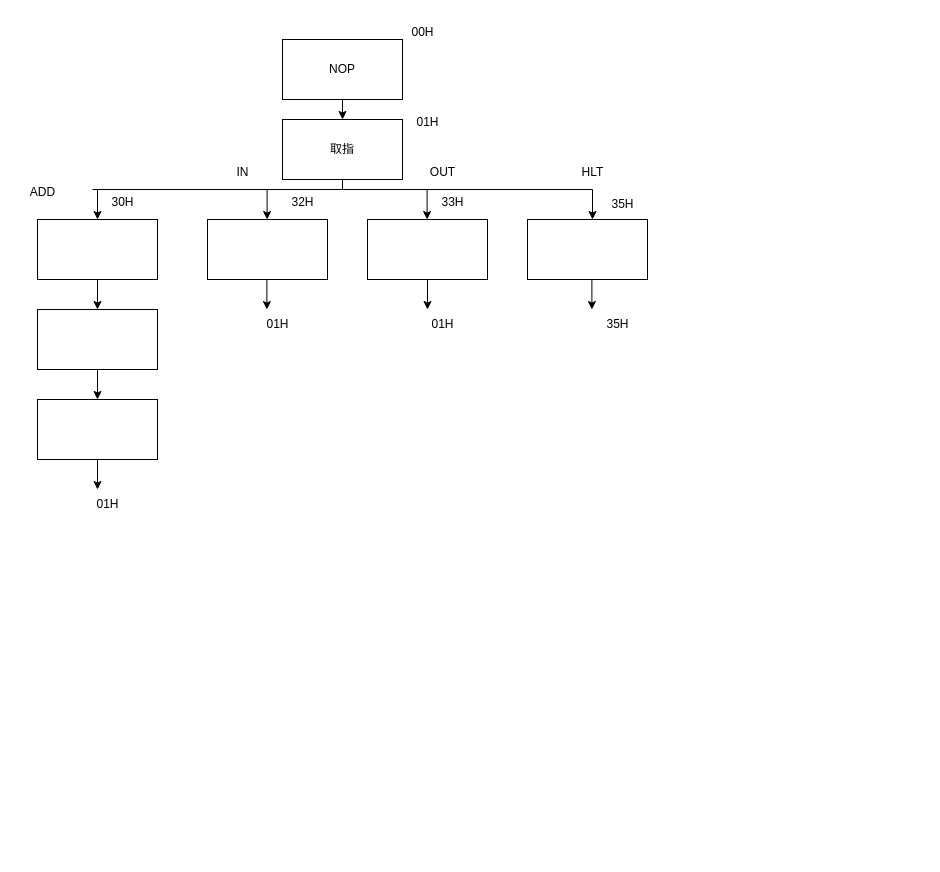
The draw.io diagram page "第 2 页" (2 of 2) of 作业1      系统流程图.drawio in SET025187/EXERCISE001, before the edit. Source tidied: cells renumbered, new cells numbered last; positions are measured from the earlier drawing's top-left corner, leaving out a move shared by most shapes. Both pictures are drawn from the tidied source at 100%, with x=0, y=0 at pixel (17, 17).
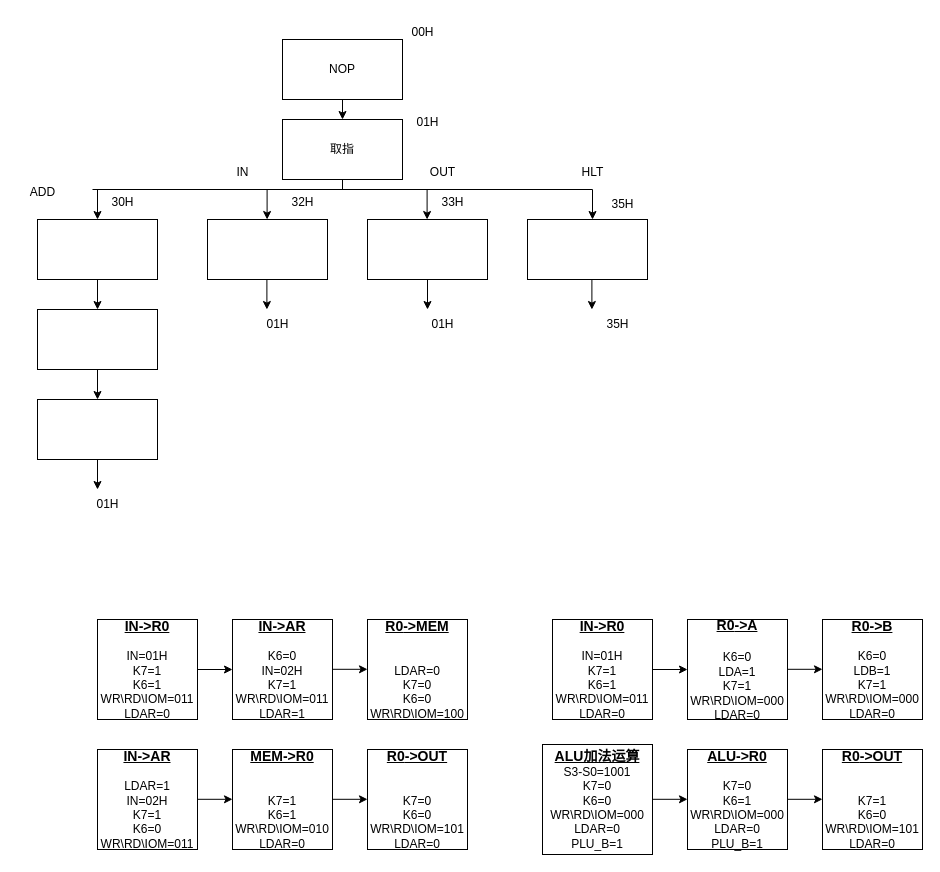
Above is the later version.

Commit message:
更新作业1      系统流程图.drawio

Diff of the diagram source:
```diff
@@
+    <mxCell id="37" value="&lt;div style=&quot;&quot;&gt;&lt;font style=&quot;font-size: 14px;&quot;&gt;&lt;b style=&quot;&quot;&gt;&lt;u&gt;IN-&amp;gt;R0&lt;/u&gt;&lt;/b&gt;&lt;/font&gt;&lt;/div&gt;&lt;div style=&quot;&quot;&gt;&lt;font style=&quot;font-size: 12px;&quot;&gt;&lt;b&gt;&lt;br&gt;&lt;/b&gt;&lt;/font&gt;&lt;/div&gt;&lt;font style=&quot;font-size: 12px;&quot;&gt;&lt;div style=&quot;&quot;&gt;&lt;span style=&quot;background-color: initial;&quot;&gt;IN=01H&lt;/span&gt;&lt;/div&gt;&lt;/font&gt;&lt;div style=&quot;&quot;&gt;&lt;font style=&quot;font-size: 12px;&quot;&gt;K7=1&lt;/font&gt;&lt;/div&gt;&lt;div style=&quot;&quot;&gt;&lt;font style=&quot;font-size: 12px;&quot;&gt;&lt;span style=&quot;background-color: initial;&quot;&gt;K6=1&lt;/span&gt;&lt;br&gt;&lt;/font&gt;&lt;/div&gt;&lt;div&gt;&lt;div style=&quot;&quot;&gt;&lt;span style=&quot;background-color: initial;&quot;&gt;WR\RD\IOM=011&lt;/span&gt;&lt;/div&gt;&lt;font style=&quot;font-size: 12px;&quot;&gt;&lt;div style=&quot;&quot;&gt;&lt;span style=&quot;background-color: initial;&quot;&gt;LDAR=0&lt;/span&gt;&lt;/div&gt;&lt;/font&gt;&lt;/div&gt;" style="whiteSpace=wrap;html=1;align=center;" parent="1" vertex="1">
+      <mxGeometry x="80" y="602" width="100" height="100" as="geometry" />
+    </mxCell>
+    <mxCell id="38" value="&lt;div style=&quot;&quot;&gt;&lt;font style=&quot;font-size: 14px;&quot;&gt;&lt;b style=&quot;&quot;&gt;&lt;u&gt;IN-&amp;gt;AR&lt;/u&gt;&lt;/b&gt;&lt;/font&gt;&lt;/div&gt;&lt;div style=&quot;&quot;&gt;&lt;font style=&quot;font-size: 12px;&quot;&gt;&lt;br&gt;&lt;/font&gt;&lt;/div&gt;&lt;div style=&quot;&quot;&gt;&lt;font style=&quot;font-size: 12px;&quot;&gt;K6=0&lt;b&gt;&lt;br&gt;&lt;/b&gt;&lt;/font&gt;&lt;/div&gt;&lt;font style=&quot;font-size: 12px;&quot;&gt;&lt;div style=&quot;&quot;&gt;&lt;span style=&quot;background-color: initial;&quot;&gt;IN=02H&lt;/span&gt;&lt;/div&gt;&lt;/font&gt;&lt;div style=&quot;&quot;&gt;&lt;font style=&quot;font-size: 12px;&quot;&gt;K7=1&lt;/font&gt;&lt;/div&gt;&lt;div&gt;&lt;div style=&quot;&quot;&gt;&lt;span style=&quot;background-color: initial;&quot;&gt;WR\RD\IOM=011&lt;/span&gt;&lt;/div&gt;&lt;font style=&quot;font-size: 12px;&quot;&gt;&lt;div style=&quot;&quot;&gt;&lt;span style=&quot;background-color: initial;&quot;&gt;LDAR=1&lt;/span&gt;&lt;/div&gt;&lt;/font&gt;&lt;/div&gt;" style="whiteSpace=wrap;html=1;align=center;" parent="1" vertex="1">
+      <mxGeometry x="215" y="602" width="100" height="100" as="geometry" />
+    </mxCell>
+    <mxCell id="39" value="&lt;div style=&quot;&quot;&gt;&lt;font style=&quot;font-size: 14px;&quot;&gt;&lt;b style=&quot;background-color: initial;&quot;&gt;&lt;u&gt;R0&lt;/u&gt;&lt;/b&gt;&lt;/font&gt;&lt;b style=&quot;background-color: initial; font-size: 14px;&quot;&gt;&lt;u&gt;-&amp;gt;MEM&lt;/u&gt;&lt;/b&gt;&lt;/div&gt;&lt;div style=&quot;&quot;&gt;&lt;font style=&quot;font-size: 12px;&quot;&gt;&lt;b&gt;&lt;br&gt;&lt;/b&gt;&lt;/font&gt;&lt;/div&gt;&lt;div style=&quot;&quot;&gt;&lt;font style=&quot;font-size: 12px;&quot;&gt;&lt;b&gt;&lt;br&gt;&lt;/b&gt;&lt;/font&gt;&lt;/div&gt;&lt;font style=&quot;font-size: 12px;&quot;&gt;&lt;div style=&quot;&quot;&gt;LDAR=0&lt;br&gt;&lt;/div&gt;&lt;/font&gt;&lt;div style=&quot;&quot;&gt;&lt;font style=&quot;font-size: 12px;&quot;&gt;K7=0&lt;/font&gt;&lt;/div&gt;&lt;div style=&quot;&quot;&gt;&lt;font style=&quot;font-size: 12px;&quot;&gt;&lt;span style=&quot;background-color: initial;&quot;&gt;K6=0&lt;/span&gt;&lt;br&gt;&lt;/font&gt;&lt;/div&gt;&lt;div&gt;&lt;div style=&quot;&quot;&gt;&lt;span style=&quot;background-color: initial;&quot;&gt;WR\RD\IOM=100&lt;/span&gt;&lt;/div&gt;&lt;/div&gt;" style="whiteSpace=wrap;html=1;align=center;" parent="1" vertex="1">
+      <mxGeometry x="350" y="602" width="100" height="100" as="geometry" />
+    </mxCell>
+    <mxCell id="40" value="&lt;div style=&quot;&quot;&gt;&lt;b style=&quot;font-size: 14px; background-color: initial;&quot;&gt;&lt;u&gt;R0&lt;/u&gt;&lt;/b&gt;&lt;b style=&quot;font-size: 14px;&quot;&gt;&lt;u&gt;-&amp;gt;OUT&lt;/u&gt;&lt;/b&gt;&lt;br&gt;&lt;/div&gt;&lt;div style=&quot;&quot;&gt;&lt;font style=&quot;font-size: 12px;&quot;&gt;&lt;b&gt;&lt;br&gt;&lt;/b&gt;&lt;/font&gt;&lt;/div&gt;&lt;font style=&quot;font-size: 12px;&quot;&gt;&lt;div style=&quot;&quot;&gt;&lt;br&gt;&lt;/div&gt;&lt;/font&gt;&lt;div style=&quot;&quot;&gt;&lt;font style=&quot;font-size: 12px;&quot;&gt;K7=0&lt;/font&gt;&lt;/div&gt;&lt;div style=&quot;&quot;&gt;&lt;font style=&quot;font-size: 12px;&quot;&gt;&lt;span style=&quot;background-color: initial;&quot;&gt;K6=0&lt;/span&gt;&lt;br&gt;&lt;/font&gt;&lt;/div&gt;&lt;div&gt;&lt;div style=&quot;&quot;&gt;&lt;span style=&quot;background-color: initial;&quot;&gt;WR\RD\IOM=101&lt;/span&gt;&lt;/div&gt;&lt;font style=&quot;font-size: 12px;&quot;&gt;&lt;div style=&quot;&quot;&gt;&lt;span style=&quot;background-color: initial;&quot;&gt;LDAR=0&lt;/span&gt;&lt;/div&gt;&lt;/font&gt;&lt;/div&gt;" style="whiteSpace=wrap;html=1;align=center;" parent="1" vertex="1">
+      <mxGeometry x="350" y="732" width="100" height="100" as="geometry" />
+    </mxCell>
+    <mxCell id="41" value="&lt;div style=&quot;&quot;&gt;&lt;font style=&quot;font-size: 14px;&quot;&gt;&lt;b style=&quot;&quot;&gt;&lt;u&gt;IN-&amp;gt;AR&lt;/u&gt;&lt;/b&gt;&lt;/font&gt;&lt;/div&gt;&lt;div style=&quot;&quot;&gt;&lt;font style=&quot;font-size: 12px;&quot;&gt;&lt;br&gt;&lt;/font&gt;&lt;/div&gt;&lt;div style=&quot;&quot;&gt;&lt;font style=&quot;font-size: 12px;&quot;&gt;LDAR=1&lt;b&gt;&lt;br&gt;&lt;/b&gt;&lt;/font&gt;&lt;/div&gt;&lt;font style=&quot;font-size: 12px;&quot;&gt;&lt;div style=&quot;&quot;&gt;&lt;span style=&quot;background-color: initial;&quot;&gt;IN=02H&lt;/span&gt;&lt;/div&gt;&lt;/font&gt;&lt;div style=&quot;&quot;&gt;&lt;font style=&quot;font-size: 12px;&quot;&gt;K7=1&lt;/font&gt;&lt;/div&gt;&lt;div style=&quot;&quot;&gt;&lt;font style=&quot;font-size: 12px;&quot;&gt;&lt;span style=&quot;background-color: initial;&quot;&gt;K6=0&lt;/span&gt;&lt;br&gt;&lt;/font&gt;&lt;/div&gt;&lt;div&gt;&lt;div style=&quot;&quot;&gt;&lt;span style=&quot;background-color: initial;&quot;&gt;WR\RD\IOM=011&lt;/span&gt;&lt;/div&gt;&lt;/div&gt;" style="whiteSpace=wrap;html=1;align=center;" parent="1" vertex="1">
+      <mxGeometry x="80" y="732" width="100" height="100" as="geometry" />
+    </mxCell>
+    <mxCell id="42" value="&lt;div style=&quot;&quot;&gt;&lt;font style=&quot;font-size: 14px;&quot;&gt;&lt;b style=&quot;&quot;&gt;&lt;u&gt;MEM-&amp;gt;R0&lt;/u&gt;&lt;/b&gt;&lt;/font&gt;&lt;/div&gt;&lt;div style=&quot;&quot;&gt;&lt;br&gt;&lt;/div&gt;&lt;div style=&quot;&quot;&gt;&lt;br&gt;&lt;/div&gt;&lt;div style=&quot;&quot;&gt;&lt;font style=&quot;font-size: 12px;&quot;&gt;K7=1&lt;/font&gt;&lt;/div&gt;&lt;div style=&quot;&quot;&gt;&lt;font style=&quot;font-size: 12px;&quot;&gt;&lt;span style=&quot;background-color: initial;&quot;&gt;K6=1&lt;/span&gt;&lt;br&gt;&lt;/font&gt;&lt;/div&gt;&lt;div&gt;&lt;div style=&quot;&quot;&gt;&lt;span style=&quot;background-color: initial;&quot;&gt;WR\RD\IOM=010&lt;/span&gt;&lt;/div&gt;&lt;font style=&quot;font-size: 12px;&quot;&gt;&lt;div style=&quot;&quot;&gt;&lt;span style=&quot;background-color: initial;&quot;&gt;LDAR=0&lt;/span&gt;&lt;/div&gt;&lt;/font&gt;&lt;/div&gt;" style="whiteSpace=wrap;html=1;align=center;" parent="1" vertex="1">
+      <mxGeometry x="215" y="732" width="100" height="100" as="geometry" />
+    </mxCell>
+    <mxCell id="43" style="endArrow=classic;html=1;rounded=0;exitX=1;exitY=0.5;exitDx=0;exitDy=0;entryX=0;entryY=0.5;entryDx=0;entryDy=0;" parent="1" edge="1" source="37" target="38">
+      <mxGeometry relative="1" as="geometry" />
+    </mxCell>
+    <mxCell id="44" style="endArrow=classic;html=1;rounded=0;exitX=1;exitY=0.5;exitDx=0;exitDy=0;entryX=0;entryY=0.5;entryDx=0;entryDy=0;" parent="1" edge="1">
+      <mxGeometry relative="1" as="geometry">
+        <mxPoint x="315" y="651.8" as="sourcePoint" />
+        <mxPoint x="350" y="651.8" as="targetPoint" />
+      </mxGeometry>
+    </mxCell>
+    <mxCell id="45" style="endArrow=classic;html=1;rounded=0;exitX=1;exitY=0.5;exitDx=0;exitDy=0;entryX=0;entryY=0.5;entryDx=0;entryDy=0;" parent="1" edge="1">
+      <mxGeometry relative="1" as="geometry">
+        <mxPoint x="180" y="781.8" as="sourcePoint" />
+        <mxPoint x="215" y="781.8" as="targetPoint" />
+      </mxGeometry>
+    </mxCell>
+    <mxCell id="46" style="endArrow=classic;html=1;rounded=0;exitX=1;exitY=0.5;exitDx=0;exitDy=0;entryX=0;entryY=0.5;entryDx=0;entryDy=0;" parent="1" edge="1">
+      <mxGeometry relative="1" as="geometry">
+        <mxPoint x="315" y="781.8" as="sourcePoint" />
+        <mxPoint x="350" y="781.8" as="targetPoint" />
+      </mxGeometry>
+    </mxCell>
+    <mxCell id="47" value="&lt;div style=&quot;&quot;&gt;&lt;font style=&quot;font-size: 14px;&quot;&gt;&lt;b style=&quot;&quot;&gt;&lt;u&gt;IN-&amp;gt;R0&lt;/u&gt;&lt;/b&gt;&lt;/font&gt;&lt;/div&gt;&lt;div style=&quot;&quot;&gt;&lt;font style=&quot;font-size: 12px;&quot;&gt;&lt;b&gt;&lt;br&gt;&lt;/b&gt;&lt;/font&gt;&lt;/div&gt;&lt;font style=&quot;font-size: 12px;&quot;&gt;&lt;div style=&quot;&quot;&gt;&lt;span style=&quot;background-color: initial;&quot;&gt;IN=01H&lt;/span&gt;&lt;/div&gt;&lt;/font&gt;&lt;div style=&quot;&quot;&gt;&lt;font style=&quot;font-size: 12px;&quot;&gt;K7=1&lt;/font&gt;&lt;/div&gt;&lt;div style=&quot;&quot;&gt;&lt;font style=&quot;font-size: 12px;&quot;&gt;&lt;span style=&quot;background-color: initial;&quot;&gt;K6=1&lt;/span&gt;&lt;br&gt;&lt;/font&gt;&lt;/div&gt;&lt;div&gt;&lt;div style=&quot;&quot;&gt;&lt;span style=&quot;background-color: initial;&quot;&gt;WR\RD\IOM=011&lt;/span&gt;&lt;/div&gt;&lt;font style=&quot;font-size: 12px;&quot;&gt;&lt;div style=&quot;&quot;&gt;&lt;span style=&quot;background-color: initial;&quot;&gt;LDAR=0&lt;/span&gt;&lt;/div&gt;&lt;/font&gt;&lt;/div&gt;" style="whiteSpace=wrap;html=1;align=center;" parent="1" vertex="1">
+      <mxGeometry x="535" y="602" width="100" height="100" as="geometry" />
+    </mxCell>
+    <mxCell id="48" value="&lt;div&gt;&lt;font style=&quot;font-size: 14px;&quot;&gt;&lt;b&gt;&lt;u&gt;R0&lt;/u&gt;&lt;/b&gt;&lt;/font&gt;&lt;font style=&quot;background-color: initial; font-size: 14px;&quot;&gt;&lt;b&gt;&lt;u&gt;-&amp;gt;A&lt;/u&gt;&lt;/b&gt;&lt;/font&gt;&lt;/div&gt;&lt;div&gt;&lt;b style=&quot;background-color: initial; font-size: 14px;&quot;&gt;&lt;u&gt;&lt;br&gt;&lt;/u&gt;&lt;/b&gt;&lt;/div&gt;&lt;div style=&quot;&quot;&gt;&lt;font style=&quot;font-size: 12px;&quot;&gt;K6=0&lt;/font&gt;&lt;/div&gt;&lt;div style=&quot;&quot;&gt;&lt;font style=&quot;font-size: 12px;&quot;&gt;LDA=1&lt;/font&gt;&lt;/div&gt;&lt;div style=&quot;&quot;&gt;&lt;font style=&quot;font-size: 12px;&quot;&gt;K7=1&lt;/font&gt;&lt;/div&gt;&lt;div&gt;&lt;div style=&quot;&quot;&gt;&lt;span style=&quot;background-color: initial;&quot;&gt;WR\RD\IOM=000&lt;/span&gt;&lt;/div&gt;&lt;font style=&quot;font-size: 12px;&quot;&gt;&lt;div style=&quot;&quot;&gt;&lt;span style=&quot;background-color: initial;&quot;&gt;LDAR=0&lt;/span&gt;&lt;/div&gt;&lt;/font&gt;&lt;/div&gt;" style="whiteSpace=wrap;html=1;align=center;" parent="1" vertex="1">
+      <mxGeometry x="670" y="602" width="100" height="100" as="geometry" />
+    </mxCell>
+    <mxCell id="49" value="&lt;div style=&quot;&quot;&gt;&lt;font style=&quot;font-size: 14px;&quot;&gt;&lt;b style=&quot;background-color: initial;&quot;&gt;&lt;u&gt;R0&lt;/u&gt;&lt;/b&gt;&lt;/font&gt;&lt;b style=&quot;background-color: initial; font-size: 14px;&quot;&gt;&lt;u&gt;-&amp;gt;B&lt;/u&gt;&lt;/b&gt;&lt;/div&gt;&lt;div style=&quot;&quot;&gt;&lt;br&gt;&lt;/div&gt;&lt;div style=&quot;&quot;&gt;&lt;div&gt;K6=0&lt;/div&gt;&lt;div&gt;LDB=1&lt;br&gt;&lt;/div&gt;&lt;div&gt;K7=1&lt;/div&gt;&lt;div&gt;&lt;div&gt;&lt;span style=&quot;background-color: initial;&quot;&gt;WR\RD\IOM=000&lt;/span&gt;&lt;/div&gt;&lt;div&gt;&lt;span style=&quot;background-color: initial;&quot;&gt;LDAR=0&lt;/span&gt;&lt;/div&gt;&lt;/div&gt;&lt;/div&gt;" style="whiteSpace=wrap;html=1;align=center;" parent="1" vertex="1">
+      <mxGeometry x="805" y="602" width="100" height="100" as="geometry" />
+    </mxCell>
+    <mxCell id="50" value="&lt;div style=&quot;&quot;&gt;&lt;font style=&quot;font-size: 14px;&quot;&gt;&lt;b style=&quot;background-color: initial;&quot;&gt;&lt;u&gt;R0&lt;/u&gt;&lt;/b&gt;&lt;b style=&quot;&quot;&gt;&lt;u&gt;-&amp;gt;OUT&lt;/u&gt;&lt;/b&gt;&lt;/font&gt;&lt;/div&gt;&lt;div style=&quot;&quot;&gt;&lt;font style=&quot;font-size: 12px;&quot;&gt;&lt;b&gt;&lt;br&gt;&lt;/b&gt;&lt;/font&gt;&lt;/div&gt;&lt;font style=&quot;font-size: 12px;&quot;&gt;&lt;div style=&quot;&quot;&gt;&lt;br&gt;&lt;/div&gt;&lt;/font&gt;&lt;div style=&quot;&quot;&gt;&lt;font style=&quot;font-size: 12px;&quot;&gt;K7=1&lt;/font&gt;&lt;/div&gt;&lt;div style=&quot;&quot;&gt;&lt;font style=&quot;font-size: 12px;&quot;&gt;&lt;span style=&quot;background-color: initial;&quot;&gt;K6=0&lt;/span&gt;&lt;br&gt;&lt;/font&gt;&lt;/div&gt;&lt;div&gt;&lt;div style=&quot;&quot;&gt;&lt;span style=&quot;background-color: initial;&quot;&gt;WR\RD\IOM=101&lt;/span&gt;&lt;/div&gt;&lt;font style=&quot;font-size: 12px;&quot;&gt;&lt;div style=&quot;&quot;&gt;&lt;span style=&quot;background-color: initial;&quot;&gt;LDAR=0&lt;/span&gt;&lt;/div&gt;&lt;/font&gt;&lt;/div&gt;" style="whiteSpace=wrap;html=1;align=center;" parent="1" vertex="1">
+      <mxGeometry x="805" y="732" width="100" height="100" as="geometry" />
+    </mxCell>
+    <mxCell id="51" value="&lt;div style=&quot;&quot;&gt;&lt;span style=&quot;font-size: 14px;&quot;&gt;&lt;b&gt;&lt;u&gt;ALU加法运算&lt;/u&gt;&lt;/b&gt;&lt;/span&gt;&lt;/div&gt;&lt;div style=&quot;&quot;&gt;S3-S0=1001&lt;/div&gt;&lt;div style=&quot;&quot;&gt;&lt;font style=&quot;font-size: 12px;&quot;&gt;K7=0&lt;/font&gt;&lt;/div&gt;&lt;div style=&quot;&quot;&gt;&lt;font style=&quot;font-size: 12px;&quot;&gt;&lt;span style=&quot;background-color: initial;&quot;&gt;K6=0&lt;/span&gt;&lt;br&gt;&lt;/font&gt;&lt;/div&gt;&lt;div&gt;&lt;div style=&quot;&quot;&gt;&lt;span style=&quot;background-color: initial;&quot;&gt;WR\RD\IOM=000&lt;/span&gt;&lt;/div&gt;&lt;div style=&quot;&quot;&gt;&lt;span style=&quot;background-color: initial;&quot;&gt;LDAR=0&lt;/span&gt;&lt;/div&gt;&lt;/div&gt;&lt;div style=&quot;&quot;&gt;PLU_B=1&lt;/div&gt;" style="whiteSpace=wrap;html=1;align=center;" parent="1" vertex="1">
+      <mxGeometry x="525" y="727" width="110" height="110" as="geometry" />
+    </mxCell>
+    <mxCell id="52" value="&lt;div style=&quot;&quot;&gt;&lt;font style=&quot;font-size: 14px;&quot;&gt;&lt;b style=&quot;&quot;&gt;&lt;u&gt;ALU-&amp;gt;R0&lt;/u&gt;&lt;/b&gt;&lt;/font&gt;&lt;/div&gt;&lt;div style=&quot;&quot;&gt;&lt;br&gt;&lt;/div&gt;&lt;div style=&quot;&quot;&gt;&lt;font style=&quot;font-size: 12px;&quot;&gt;K7=0&lt;/font&gt;&lt;/div&gt;&lt;div style=&quot;&quot;&gt;&lt;font style=&quot;font-size: 12px;&quot;&gt;&lt;span style=&quot;background-color: initial;&quot;&gt;K6=1&lt;/span&gt;&lt;br&gt;&lt;/font&gt;&lt;/div&gt;&lt;div&gt;&lt;div style=&quot;&quot;&gt;&lt;span style=&quot;background-color: initial;&quot;&gt;WR\RD\IOM=000&lt;/span&gt;&lt;/div&gt;&lt;font style=&quot;font-size: 12px;&quot;&gt;&lt;div style=&quot;&quot;&gt;&lt;span style=&quot;background-color: initial;&quot;&gt;LDAR=0&lt;/span&gt;&lt;/div&gt;&lt;div style=&quot;&quot;&gt;PLU_B=1&lt;/div&gt;&lt;/font&gt;&lt;/div&gt;" style="whiteSpace=wrap;html=1;align=center;" parent="1" vertex="1">
+      <mxGeometry x="670" y="732" width="100" height="100" as="geometry" />
+    </mxCell>
+    <mxCell id="53" style="endArrow=classic;html=1;rounded=0;exitX=1;exitY=0.5;exitDx=0;exitDy=0;entryX=0;entryY=0.5;entryDx=0;entryDy=0;" parent="1" edge="1" source="47" target="48">
+      <mxGeometry relative="1" as="geometry" />
+    </mxCell>
+    <mxCell id="54" style="endArrow=classic;html=1;rounded=0;exitX=1;exitY=0.5;exitDx=0;exitDy=0;entryX=0;entryY=0.5;entryDx=0;entryDy=0;" parent="1" edge="1">
+      <mxGeometry relative="1" as="geometry">
+        <mxPoint x="770" y="651.8" as="sourcePoint" />
+        <mxPoint x="805" y="651.8" as="targetPoint" />
+      </mxGeometry>
+    </mxCell>
+    <mxCell id="55" style="endArrow=classic;html=1;rounded=0;exitX=1;exitY=0.5;exitDx=0;exitDy=0;entryX=0;entryY=0.5;entryDx=0;entryDy=0;" parent="1" edge="1">
+      <mxGeometry relative="1" as="geometry">
+        <mxPoint x="635" y="781.8" as="sourcePoint" />
+        <mxPoint x="670" y="781.8" as="targetPoint" />
+      </mxGeometry>
+    </mxCell>
+    <mxCell id="56" style="endArrow=classic;html=1;rounded=0;exitX=1;exitY=0.5;exitDx=0;exitDy=0;entryX=0;entryY=0.5;entryDx=0;entryDy=0;" parent="1" edge="1">
+      <mxGeometry relative="1" as="geometry">
+        <mxPoint x="770" y="781.8" as="sourcePoint" />
+        <mxPoint x="805" y="781.8" as="targetPoint" />
+      </mxGeometry>
+    </mxCell>
```
